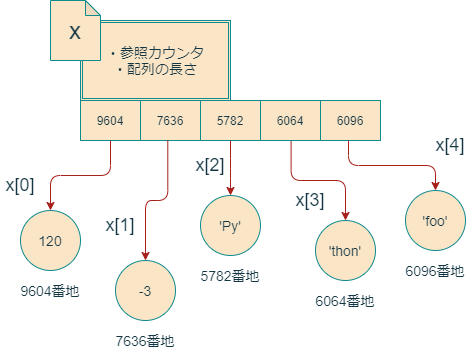
kut-econ/kut-econ.github.io keeps this draw.io diagram as programming2021/img/list_structure.drawio.png. Above is the earlier version. Source tidied: cells renumbered, new cells last; positions are measured from the earlier drawing's top-left corner, leaving out a move shared by most shapes. Its diagram source:
```xml
<mxGraphModel background="#ffffff">
  <root>
    <mxCell id="0" />
    <mxCell id="1" parent="0" />
    <mxCell id="2" style="shape=table;html=1;whiteSpace=wrap;startSize=0;fillColor=#FAE5C7;strokeColor=#0F8B8D;fontColor=#143642;" parent="1" vertex="1">
      <mxGeometry x="80" y="100" width="300" height="40" as="geometry" />
    </mxCell>
    <mxCell id="3" style="shape=partialRectangle;html=1;whiteSpace=wrap;fillColor=none;top=0;left=0;bottom=0;right=0;points=[[0,0.5],[1,0.5]];portConstraint=eastwest;strokeColor=#0F8B8D;fontColor=#143642;" parent="2" vertex="1">
      <mxGeometry width="300" height="40" as="geometry" />
    </mxCell>
    <mxCell id="4" value="9604" style="shape=partialRectangle;html=1;whiteSpace=wrap;fillColor=none;top=0;left=0;bottom=0;right=0;overflow=hidden;strokeColor=#0F8B8D;fontColor=#143642;" parent="3" vertex="1">
      <mxGeometry width="60" height="40" as="geometry" />
    </mxCell>
    <mxCell id="5" value="7636" style="shape=partialRectangle;html=1;whiteSpace=wrap;fillColor=none;top=0;left=0;bottom=0;right=0;overflow=hidden;strokeColor=#0F8B8D;fontColor=#143642;" parent="3" vertex="1">
      <mxGeometry x="60" width="60" height="40" as="geometry" />
    </mxCell>
    <mxCell id="6" value="5782" style="shape=partialRectangle;html=1;whiteSpace=wrap;fillColor=none;top=0;left=0;bottom=0;right=0;overflow=hidden;strokeColor=#0F8B8D;fontColor=#143642;" parent="3" vertex="1">
      <mxGeometry x="120" width="60" height="40" as="geometry" />
    </mxCell>
    <mxCell id="7" value="6064" style="shape=partialRectangle;html=1;whiteSpace=wrap;fillColor=none;top=0;left=0;bottom=0;right=0;overflow=hidden;strokeColor=#0F8B8D;fontColor=#143642;" parent="3" vertex="1">
      <mxGeometry x="180" width="60" height="40" as="geometry" />
    </mxCell>
    <mxCell id="8" value="6096" style="shape=partialRectangle;html=1;whiteSpace=wrap;fillColor=none;top=0;left=0;bottom=0;right=0;overflow=hidden;strokeColor=#0F8B8D;fontColor=#143642;" parent="3" vertex="1">
      <mxGeometry x="240" width="60" height="40" as="geometry" />
    </mxCell>
    <mxCell id="9" value="&lt;font style=&quot;font-size: 14px&quot;&gt;・参照カウンタ&lt;br&gt;・配列の長さ&lt;/font&gt;" style="shape=ext;double=1;rounded=0;whiteSpace=wrap;html=1;fillColor=#FAE5C7;strokeColor=#0F8B8D;fontColor=#143642;" parent="1" vertex="1">
      <mxGeometry x="80" y="20" width="150" height="80" as="geometry" />
    </mxCell>
    <mxCell id="10" style="edgeStyle=elbowEdgeStyle;elbow=vertical;endArrow=classic;html=1;strokeColor=#A8201A;fontColor=#143642;labelBackgroundColor=#DAD2D8;" parent="1" edge="1">
      <mxGeometry relative="1" as="geometry">
        <mxPoint x="110" y="140" as="sourcePoint" />
        <mxPoint x="50" y="210" as="targetPoint" />
      </mxGeometry>
    </mxCell>
    <mxCell id="11" value="&lt;font style=&quot;font-size: 14px&quot;&gt;120&lt;/font&gt;" style="ellipse;whiteSpace=wrap;html=1;fillColor=#FAE5C7;strokeColor=#0F8B8D;fontColor=#143642;" parent="1" vertex="1">
      <mxGeometry x="20" y="210" width="60" height="60" as="geometry" />
    </mxCell>
    <mxCell id="12" value="&lt;font style=&quot;font-size: 14px&quot;&gt;9604番地&lt;/font&gt;" style="text;html=1;strokeColor=none;fillColor=none;align=center;verticalAlign=middle;whiteSpace=wrap;rounded=0;fontColor=#143642;" parent="1" vertex="1">
      <mxGeometry x="15" y="280" width="70" height="20" as="geometry" />
    </mxCell>
    <mxCell id="13" value="&lt;font style=&quot;font-size: 14px&quot;&gt;-3&lt;/font&gt;" style="ellipse;whiteSpace=wrap;html=1;fillColor=#FAE5C7;strokeColor=#0F8B8D;fontColor=#143642;" parent="1" vertex="1">
      <mxGeometry x="115" y="260" width="60" height="60" as="geometry" />
    </mxCell>
    <mxCell id="14" value="&lt;font style=&quot;font-size: 14px&quot;&gt;7636番地&lt;/font&gt;" style="text;html=1;strokeColor=none;fillColor=none;align=center;verticalAlign=middle;whiteSpace=wrap;rounded=0;fontColor=#143642;" parent="1" vertex="1">
      <mxGeometry x="110" y="330" width="70" height="20" as="geometry" />
    </mxCell>
    <mxCell id="15" value="&lt;font style=&quot;font-size: 14px&quot;&gt;'Py'&lt;/font&gt;" style="ellipse;whiteSpace=wrap;html=1;fillColor=#FAE5C7;strokeColor=#0F8B8D;fontColor=#143642;" parent="1" vertex="1">
      <mxGeometry x="200" y="195" width="60" height="60" as="geometry" />
    </mxCell>
    <mxCell id="16" value="&lt;font style=&quot;font-size: 14px&quot;&gt;5782番地&lt;/font&gt;" style="text;html=1;strokeColor=none;fillColor=none;align=center;verticalAlign=middle;whiteSpace=wrap;rounded=0;fontColor=#143642;" parent="1" vertex="1">
      <mxGeometry x="195" y="265" width="70" height="20" as="geometry" />
    </mxCell>
    <mxCell id="17" style="edgeStyle=elbowEdgeStyle;elbow=vertical;endArrow=classic;html=1;entryX=0.5;entryY=0;entryDx=0;entryDy=0;exitX=0.291;exitY=0.988;exitDx=0;exitDy=0;exitPerimeter=0;strokeColor=#A8201A;fontColor=#143642;labelBackgroundColor=#DAD2D8;" parent="1" edge="1" source="3" target="13">
      <mxGeometry relative="1" as="geometry" />
    </mxCell>
    <mxCell id="18" style="edgeStyle=elbowEdgeStyle;elbow=vertical;endArrow=classic;html=1;entryX=0.5;entryY=0;entryDx=0;entryDy=0;strokeColor=#A8201A;fontColor=#143642;labelBackgroundColor=#DAD2D8;" parent="1" edge="1" source="3" target="15">
      <mxGeometry relative="1" as="geometry" />
    </mxCell>
    <mxCell id="19" value="&lt;font style=&quot;font-size: 14px&quot;&gt;'thon'&lt;/font&gt;" style="ellipse;whiteSpace=wrap;html=1;fillColor=#FAE5C7;strokeColor=#0F8B8D;fontColor=#143642;" parent="1" vertex="1">
      <mxGeometry x="315" y="220" width="60" height="60" as="geometry" />
    </mxCell>
    <mxCell id="20" value="&lt;font style=&quot;font-size: 14px&quot;&gt;6064番地&lt;/font&gt;" style="text;html=1;strokeColor=none;fillColor=none;align=center;verticalAlign=middle;whiteSpace=wrap;rounded=0;fontColor=#143642;" parent="1" vertex="1">
      <mxGeometry x="310" y="290" width="70" height="20" as="geometry" />
    </mxCell>
    <mxCell id="21" value="&lt;font style=&quot;font-size: 14px&quot;&gt;'foo'&lt;/font&gt;" style="ellipse;whiteSpace=wrap;html=1;fillColor=#FAE5C7;strokeColor=#0F8B8D;fontColor=#143642;" parent="1" vertex="1">
      <mxGeometry x="405" y="190" width="60" height="60" as="geometry" />
    </mxCell>
    <mxCell id="22" value="&lt;font style=&quot;font-size: 14px&quot;&gt;6096番地&lt;/font&gt;" style="text;html=1;strokeColor=none;fillColor=none;align=center;verticalAlign=middle;whiteSpace=wrap;rounded=0;fontColor=#143642;" parent="1" vertex="1">
      <mxGeometry x="400" y="260" width="70" height="20" as="geometry" />
    </mxCell>
    <mxCell id="23" style="edgeStyle=elbowEdgeStyle;elbow=vertical;endArrow=classic;html=1;entryX=0.5;entryY=0;entryDx=0;entryDy=0;exitX=0.702;exitY=1.017;exitDx=0;exitDy=0;exitPerimeter=0;strokeColor=#A8201A;fontColor=#143642;labelBackgroundColor=#DAD2D8;" parent="1" edge="1" source="3" target="19">
      <mxGeometry relative="1" as="geometry" />
    </mxCell>
    <mxCell id="24" style="edgeStyle=elbowEdgeStyle;elbow=vertical;endArrow=classic;html=1;entryX=0.5;entryY=0;entryDx=0;entryDy=0;strokeColor=#A8201A;fontColor=#143642;labelBackgroundColor=#DAD2D8;" parent="1" edge="1" target="21">
      <mxGeometry relative="1" as="geometry">
        <mxPoint x="348" y="140" as="sourcePoint" />
      </mxGeometry>
    </mxCell>
    <mxCell id="25" value="&lt;font style=&quot;font-size: 18px&quot;&gt;x[0]&lt;/font&gt;" style="text;html=1;strokeColor=none;fillColor=none;align=center;verticalAlign=middle;whiteSpace=wrap;rounded=0;fontColor=#143642;" parent="1" vertex="1">
      <mxGeometry y="175" width="40" height="20" as="geometry" />
    </mxCell>
    <mxCell id="26" value="&lt;font style=&quot;font-size: 18px&quot;&gt;x[1]&lt;/font&gt;" style="text;html=1;strokeColor=none;fillColor=none;align=center;verticalAlign=middle;whiteSpace=wrap;rounded=0;fontColor=#143642;" parent="1" vertex="1">
      <mxGeometry x="100" y="215" width="40" height="20" as="geometry" />
    </mxCell>
    <mxCell id="27" value="&lt;font style=&quot;font-size: 18px&quot;&gt;x[2]&lt;/font&gt;" style="text;html=1;strokeColor=none;fillColor=none;align=center;verticalAlign=middle;whiteSpace=wrap;rounded=0;fontColor=#143642;" parent="1" vertex="1">
      <mxGeometry x="190" y="155" width="40" height="20" as="geometry" />
    </mxCell>
    <mxCell id="28" value="&lt;font style=&quot;font-size: 18px&quot;&gt;x[3]&lt;/font&gt;" style="text;html=1;strokeColor=none;fillColor=none;align=center;verticalAlign=middle;whiteSpace=wrap;rounded=0;fontColor=#143642;" parent="1" vertex="1">
      <mxGeometry x="290" y="190" width="40" height="20" as="geometry" />
    </mxCell>
    <mxCell id="29" value="&lt;font style=&quot;font-size: 18px&quot;&gt;x[4]&lt;/font&gt;" style="text;html=1;strokeColor=none;fillColor=none;align=center;verticalAlign=middle;whiteSpace=wrap;rounded=0;fontColor=#143642;" parent="1" vertex="1">
      <mxGeometry x="430" y="135" width="40" height="20" as="geometry" />
    </mxCell>
    <mxCell id="30" value="&lt;font style=&quot;font-size: 24px&quot;&gt;x&lt;/font&gt;" style="shape=note;whiteSpace=wrap;html=1;backgroundOutline=1;darkOpacity=0.05;size=15;fillColor=#FAE5C7;strokeColor=#0F8B8D;fontColor=#143642;" parent="1" vertex="1">
      <mxGeometry x="50" width="50" height="60" as="geometry" />
    </mxCell>
  </root>
</mxGraphModel>
```
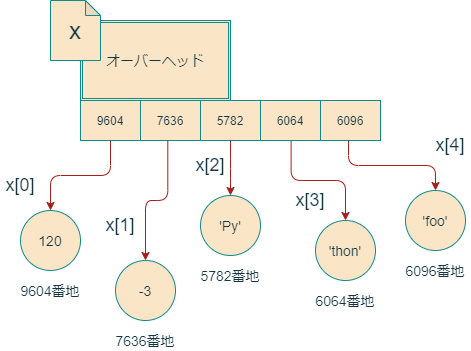
Above is the later version.

Change to the diagram source:
```diff
@@ -23,7 +23,7 @@
     <mxCell id="8" value="6096" style="shape=partialRectangle;html=1;whiteSpace=wrap;fillColor=none;top=0;left=0;bottom=0;right=0;overflow=hidden;strokeColor=#0F8B8D;fontColor=#143642;" parent="3" vertex="1">
       <mxGeometry x="240" width="60" height="40" as="geometry" />
     </mxCell>
-    <mxCell id="9" value="&lt;font style=&quot;font-size: 14px&quot;&gt;・参照カウンタ&lt;br&gt;・配列の長さ&lt;/font&gt;" style="shape=ext;double=1;rounded=0;whiteSpace=wrap;html=1;fillColor=#FAE5C7;strokeColor=#0F8B8D;fontColor=#143642;" parent="1" vertex="1">
+    <mxCell id="9" value="&lt;span style=&quot;font-size: 14px&quot;&gt;オーバーヘッド&lt;/span&gt;" style="shape=ext;double=1;rounded=0;whiteSpace=wrap;html=1;fillColor=#FAE5C7;strokeColor=#0F8B8D;fontColor=#143642;" parent="1" vertex="1">
       <mxGeometry x="80" y="20" width="150" height="80" as="geometry" />
     </mxCell>
     <mxCell id="10" style="edgeStyle=elbowEdgeStyle;elbow=vertical;endArrow=classic;html=1;strokeColor=#A8201A;fontColor=#143642;labelBackgroundColor=#DAD2D8;" parent="1" edge="1">
```
